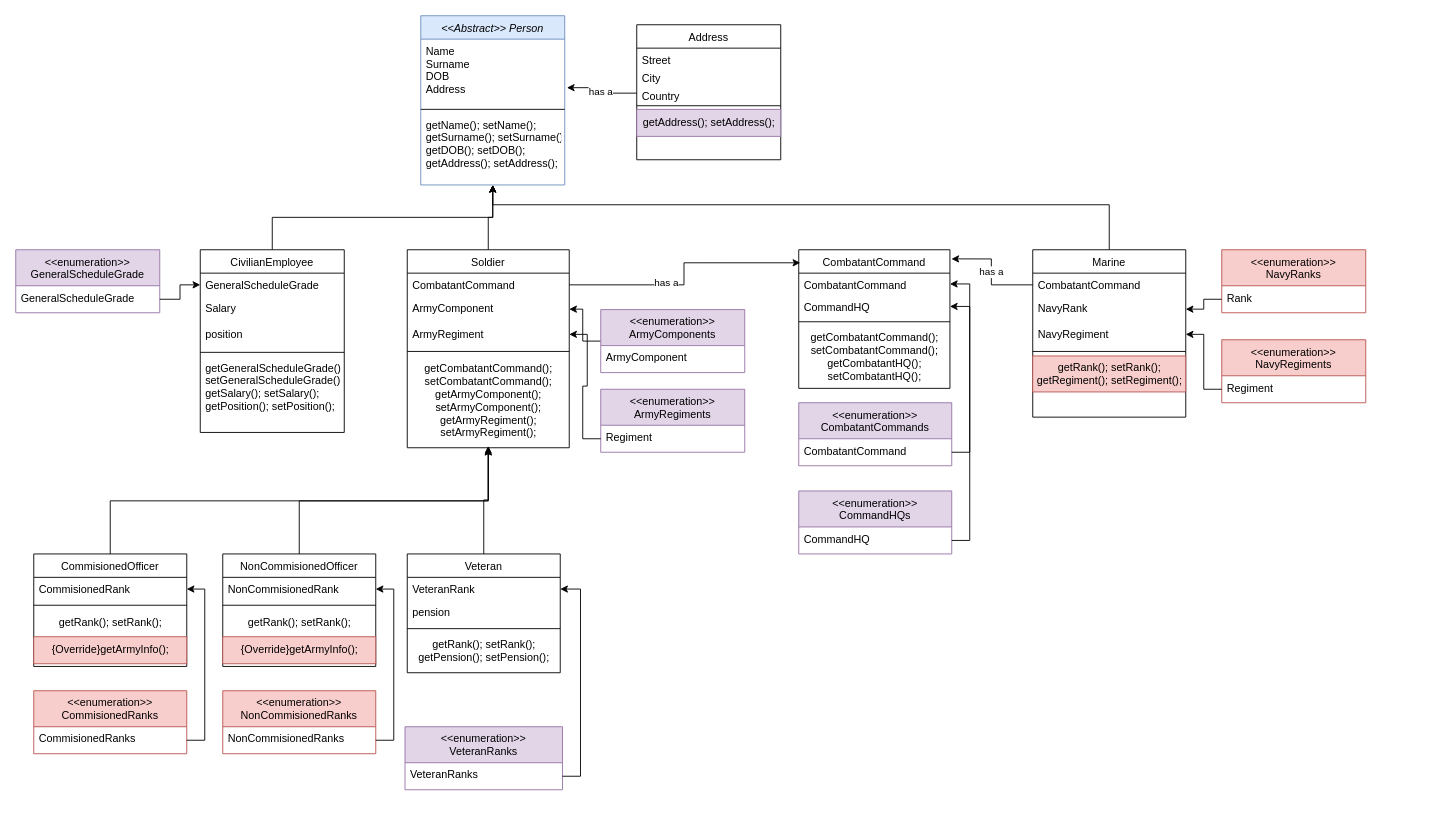
Before: army.drawio in kirylSam/laba_hw_classes_army, a draw.io diagram. Source tidied: cells renumbered, new cells numbered last; positions are measured from the earlier drawing's top-left corner, leaving out a move shared by most shapes. Both pictures are drawn from the tidied source at 90%, with x=0, y=0 at pixel (15, 15).
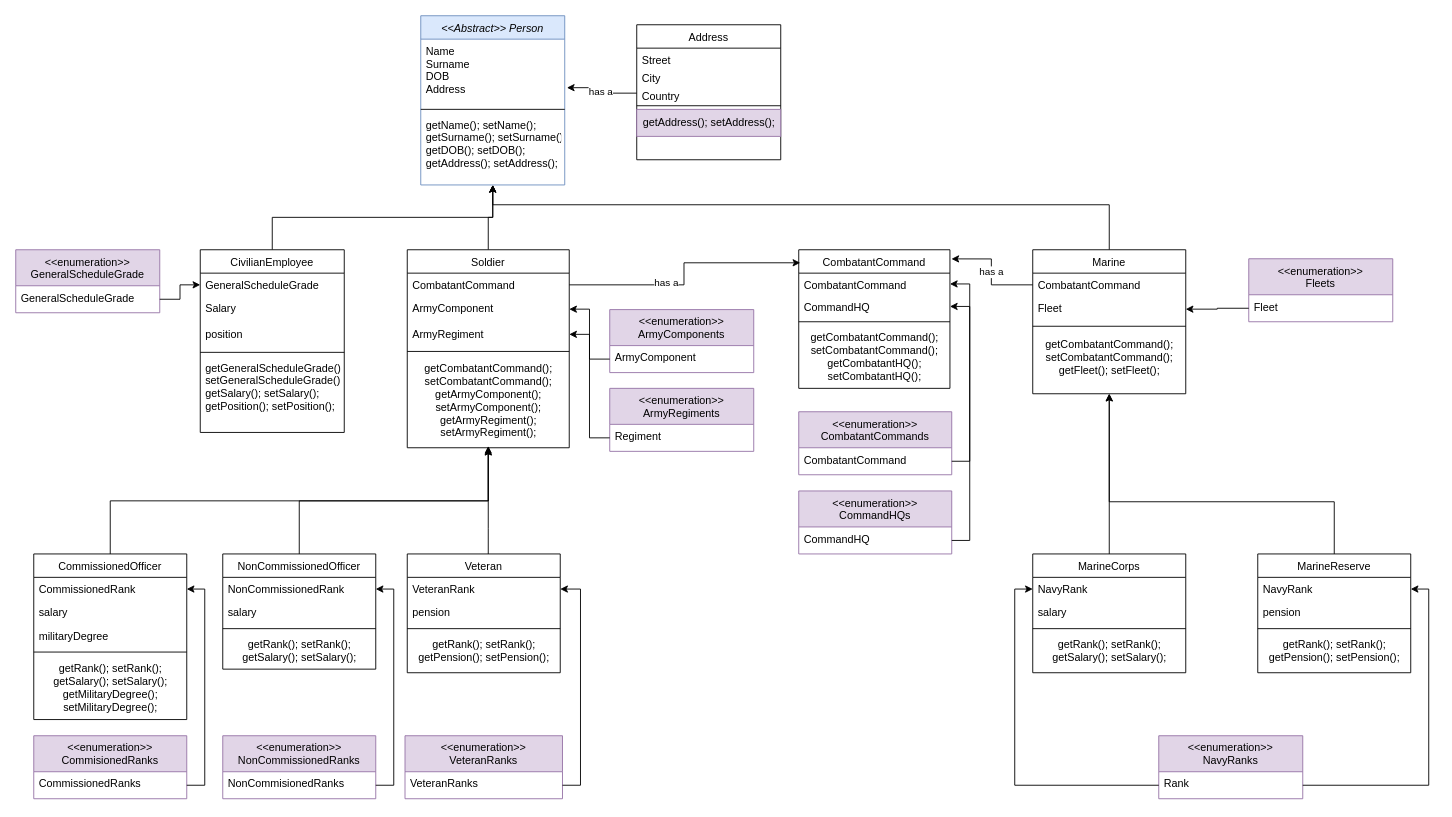
After the change.

The change refers to these unchanged cells:
```xml
<mxCell id="21" value="ArmyComponent" style="text;align=left;verticalAlign=top;spacingLeft=4;spacingRight=4;overflow=hidden;points=[[0,0.5],[1,0.5]];portConstraint=eastwest;" parent="20" vertex="1">
  <mxGeometry y="40" width="160" height="30" as="geometry" />
</mxCell>
<mxCell id="25" value="ArmyComponent" style="text;align=left;verticalAlign=top;spacingLeft=4;spacingRight=4;overflow=hidden;points=[[0,0.5],[1,0.5]];portConstraint=eastwest;rounded=0;shadow=0;html=0;" parent="23" vertex="1">
  <mxGeometry y="52" width="180" height="28" as="geometry" />
</mxCell>
<mxCell id="26" value="ArmyRegiment" style="text;align=left;verticalAlign=top;spacingLeft=4;spacingRight=4;overflow=hidden;points=[[0,0.5],[1,0.5]];portConstraint=eastwest;rounded=0;shadow=0;html=0;" parent="23" vertex="1">
  <mxGeometry y="80" width="180" height="28" as="geometry" />
</mxCell>
<mxCell id="28" value="getCombatantCommand(); &lt;br&gt;setCombatantCommand();&lt;br&gt;getArmyComponent();&lt;br&gt;setArmyComponent();&lt;br&gt;getArmyRegiment(); &lt;br&gt;setArmyRegiment();" style="text;html=1;align=center;verticalAlign=middle;points=[];" parent="23" vertex="1">
  <mxGeometry y="118" width="180" height="100" as="geometry" />
</mxCell>
<mxCell id="32" value="Regiment" style="text;align=left;verticalAlign=top;spacingLeft=4;spacingRight=4;overflow=hidden;points=[[0,0.5],[1,0.5]];portConstraint=eastwest;" parent="31" vertex="1">
  <mxGeometry y="40" width="160" height="30" as="geometry" />
</mxCell>
<mxCell id="36" value="Veteran" style="swimlane;fontStyle=0;align=center;verticalAlign=top;horizontal=1;startSize=26;rounded=0;shadow=0;strokeWidth=1;" parent="1" vertex="1">
  <mxGeometry x="435" y="598" width="170" height="132" as="geometry" />
</mxCell>
<mxCell id="63" value="Rank" style="text;align=left;verticalAlign=top;spacingLeft=4;spacingRight=4;overflow=hidden;points=[[0,0.5],[1,0.5]];portConstraint=eastwest;" parent="62" vertex="1">
  <mxGeometry y="40" width="160" height="30" as="geometry" />
</mxCell>
```

Diff of the diagram source:
```diff
@@
     <mxCell id="17" value="&lt;&lt;enumeration&gt;&gt;&#10;CombatantCommands" style="swimlane;fontStyle=0;align=center;verticalAlign=top;horizontal=1;startSize=40;rounded=0;shadow=0;strokeWidth=1;fillColor=#e1d5e7;strokeColor=#9673a6;" parent="1" vertex="1">
-      <mxGeometry x="870" y="430" width="170" height="70" as="geometry" />
+      <mxGeometry x="870" y="440" width="170" height="70" as="geometry" />
     </mxCell>
@@
-    <mxCell id="19" style="edgeStyle=orthogonalEdgeStyle;rounded=0;jettySize=auto;html=1;exitX=0;exitY=0.5;exitDx=0;exitDy=0;entryX=1;entryY=0.5;entryDx=0;entryDy=0;" parent="1" edge="1" source="20" target="25">
-      <mxGeometry relative="1" as="geometry" />
-    </mxCell>
     <mxCell id="20" value="&lt;&lt;enumeration&gt;&gt;&#10;ArmyComponents" style="swimlane;fontStyle=0;align=center;verticalAlign=top;horizontal=1;startSize=40;rounded=0;shadow=0;strokeWidth=1;fillColor=#e1d5e7;strokeColor=#9673a6;" parent="1" vertex="1">
-      <mxGeometry x="650" y="326.5" width="160" height="70" as="geometry" />
+      <mxGeometry x="660" y="326.5" width="160" height="70" as="geometry" />
     </mxCell>
@@
-    <mxCell id="29" value="&lt;&lt;enumeration&gt;&gt;&#10;NonCommisionedRanks" style="swimlane;fontStyle=0;align=center;verticalAlign=top;horizontal=1;startSize=40;rounded=0;shadow=0;strokeWidth=1;fillColor=#f8cecc;strokeColor=#b85450;" parent="1" vertex="1">
-      <mxGeometry x="230" y="750" width="170" height="70" as="geometry" />
+    <mxCell id="29" value="&lt;&lt;enumeration&gt;&gt;&#10;NonCommissionedRanks" style="swimlane;fontStyle=0;align=center;verticalAlign=top;horizontal=1;startSize=40;rounded=0;shadow=0;strokeWidth=1;fillColor=#e1d5e7;strokeColor=#9673a6;" parent="1" vertex="1">
+      <mxGeometry x="230" y="800" width="170" height="70" as="geometry" />
     </mxCell>
@@
     <mxCell id="31" value="&lt;&lt;enumeration&gt;&gt;&#10;ArmyRegiments" style="swimlane;fontStyle=0;align=center;verticalAlign=top;horizontal=1;startSize=40;rounded=0;shadow=0;strokeWidth=1;fillColor=#e1d5e7;strokeColor=#9673a6;" parent="1" vertex="1">
-      <mxGeometry x="650" y="415" width="160" height="70" as="geometry" />
+      <mxGeometry x="660" y="414" width="160" height="70" as="geometry" />
     </mxCell>
@@
     <mxCell id="35" style="edgeStyle=orthogonalEdgeStyle;rounded=0;jettySize=auto;html=1;" parent="1" edge="1" source="36" target="28">
-      <mxGeometry relative="1" as="geometry" />
+      <mxGeometry relative="1" as="geometry">
+        <Array as="points">
+          <mxPoint x="525" y="570" />
+          <mxPoint x="525" y="570" />
+        </Array>
+      </mxGeometry>
     </mxCell>
@@
-    <mxCell id="51" style="edgeStyle=orthogonalEdgeStyle;rounded=0;jettySize=auto;html=1;exitX=0;exitY=0.5;exitDx=0;exitDy=0;entryX=1;entryY=0.5;entryDx=0;entryDy=0;" parent="1" edge="1" source="32" target="26">
-      <mxGeometry relative="1" as="geometry" />
-    </mxCell>
@@
     <mxCell id="53" value="Marine" style="swimlane;fontStyle=0;align=center;verticalAlign=top;horizontal=1;startSize=26;rounded=0;shadow=0;strokeWidth=1;" parent="1" vertex="1">
-      <mxGeometry x="1130" y="260" width="170" height="186" as="geometry" />
+      <mxGeometry x="1130" y="260" width="170" height="160" as="geometry" />
     </mxCell>
@@
-    <mxCell id="55" value="NavyRank" style="text;align=left;verticalAlign=top;spacingLeft=4;spacingRight=4;overflow=hidden;points=[[0,0.5],[1,0.5]];portConstraint=eastwest;rounded=0;shadow=0;html=0;" parent="53" vertex="1">
-      <mxGeometry y="52" width="170" height="28" as="geometry" />
-    </mxCell>
-    <mxCell id="56" value="NavyRegiment&#10;" style="text;align=left;verticalAlign=top;spacingLeft=4;spacingRight=4;overflow=hidden;points=[[0,0.5],[1,0.5]];portConstraint=eastwest;rounded=0;shadow=0;html=0;" parent="53" vertex="1">
-      <mxGeometry y="80" width="170" height="28" as="geometry" />
+    <mxCell id="56" value="Fleet" style="text;align=left;verticalAlign=top;spacingLeft=4;spacingRight=4;overflow=hidden;points=[[0,0.5],[1,0.5]];portConstraint=eastwest;rounded=0;shadow=0;html=0;" parent="53" vertex="1">
+      <mxGeometry y="52" width="170" height="28" as="geometry" />
     </mxCell>
     <mxCell id="57" style="line;html=1;strokeWidth=1;align=left;verticalAlign=middle;spacingTop=-1;spacingLeft=3;spacingRight=3;labelPosition=right;" parent="53" vertex="1">
-      <mxGeometry y="108" width="170" height="10" as="geometry" />
+      <mxGeometry y="80" width="170" height="10" as="geometry" />
     </mxCell>
-    <mxCell id="58" value="getRank(); setRank();&lt;br&gt;getRegiment(); setRegiment();" style="text;html=1;align=center;verticalAlign=middle;strokeColor=#b85450;fillColor=#f8cecc;" parent="53" vertex="1">
-      <mxGeometry y="118" width="170" height="40" as="geometry" />
-    </mxCell>
+    <mxCell id="90" value="getCombatantCommand(); &lt;br&gt;setCombatantCommand();&lt;br&gt;getFleet(); setFleet();" style="text;html=1;align=center;verticalAlign=middle;" parent="53" vertex="1">
+      <mxGeometry y="90" width="170" height="60" as="geometry" />
+    </mxCell>
@@
-    <mxCell id="62" value="&lt;&lt;enumeration&gt;&gt;&#10;NavyRanks" style="swimlane;fontStyle=0;align=center;verticalAlign=top;horizontal=1;startSize=40;rounded=0;shadow=0;strokeWidth=1;fillColor=#f8cecc;strokeColor=#b85450;" parent="1" vertex="1">
-      <mxGeometry x="1340" y="260" width="160" height="70" as="geometry" />
+    <mxCell id="62" value="&lt;&lt;enumeration&gt;&gt;&#10;NavyRanks" style="swimlane;fontStyle=0;align=center;verticalAlign=top;horizontal=1;startSize=40;rounded=0;shadow=0;strokeWidth=1;fillColor=#e1d5e7;strokeColor=#9673a6;" parent="1" vertex="1">
+      <mxGeometry x="1270" y="800" width="160" height="70" as="geometry" />
     </mxCell>
@@
-    <mxCell id="64" value="&lt;&lt;enumeration&gt;&gt;&#10;NavyRegiments" style="swimlane;fontStyle=0;align=center;verticalAlign=top;horizontal=1;startSize=40;rounded=0;shadow=0;strokeWidth=1;fillColor=#f8cecc;strokeColor=#b85450;" parent="1" vertex="1">
-      <mxGeometry x="1340" y="360" width="160" height="70" as="geometry" />
+    <mxCell id="64" value="&lt;&lt;enumeration&gt;&gt;&#10;Fleets" style="swimlane;fontStyle=0;align=center;verticalAlign=top;horizontal=1;startSize=40;rounded=0;shadow=0;strokeWidth=1;fillColor=#e1d5e7;strokeColor=#9673a6;" parent="1" vertex="1">
+      <mxGeometry x="1370" y="270" width="160" height="70" as="geometry" />
     </mxCell>
-    <mxCell id="65" value="Regiment" style="text;align=left;verticalAlign=top;spacingLeft=4;spacingRight=4;overflow=hidden;points=[[0,0.5],[1,0.5]];portConstraint=eastwest;" parent="64" vertex="1">
+    <mxCell id="65" value="Fleet&#10;" style="text;align=left;verticalAlign=top;spacingLeft=4;spacingRight=4;overflow=hidden;points=[[0,0.5],[1,0.5]];portConstraint=eastwest;" parent="64" vertex="1">
       <mxGeometry y="40" width="160" height="30" as="geometry" />
     </mxCell>
-    <mxCell id="66" style="edgeStyle=orthogonalEdgeStyle;rounded=0;jettySize=auto;html=1;entryX=1;entryY=0.5;entryDx=0;entryDy=0;" parent="1" edge="1" source="63" target="55">
-      <mxGeometry relative="1" as="geometry" />
-    </mxCell>
@@
-    <mxCell id="72" value="NonCommisionedOfficer" style="swimlane;fontStyle=0;align=center;verticalAlign=top;horizontal=1;startSize=26;rounded=0;shadow=0;strokeWidth=1;" parent="1" vertex="1">
-      <mxGeometry x="230" y="598" width="170" height="125" as="geometry" />
+    <mxCell id="72" value="NonCommissionedOfficer" style="swimlane;fontStyle=0;align=center;verticalAlign=top;horizontal=1;startSize=26;rounded=0;shadow=0;strokeWidth=1;" parent="1" vertex="1">
+      <mxGeometry x="230" y="598" width="170" height="128" as="geometry" />
     </mxCell>
-    <mxCell id="73" value="NonCommisionedRank" style="text;align=left;verticalAlign=top;spacingLeft=4;spacingRight=4;overflow=hidden;points=[[0,0.5],[1,0.5]];portConstraint=eastwest;" parent="72" vertex="1">
+    <mxCell id="73" value="NonCommissionedRank" style="text;align=left;verticalAlign=top;spacingLeft=4;spacingRight=4;overflow=hidden;points=[[0,0.5],[1,0.5]];portConstraint=eastwest;" parent="72" vertex="1">
       <mxGeometry y="26" width="170" height="26" as="geometry" />
     </mxCell>
+    <mxCell id="91" value="salary" style="text;align=left;verticalAlign=top;spacingLeft=4;spacingRight=4;overflow=hidden;" parent="72" vertex="1">
+      <mxGeometry y="52" width="170" height="26" as="geometry" />
+    </mxCell>
     <mxCell id="74" style="line;html=1;strokeWidth=1;align=left;verticalAlign=middle;spacingTop=-1;spacingLeft=3;spacingRight=3;labelPosition=right;" parent="72" vertex="1">
-      <mxGeometry y="52" width="170" height="10" as="geometry" />
+      <mxGeometry y="78" width="170" height="10" as="geometry" />
     </mxCell>
-    <mxCell id="75" value="getRank(); setRank();" style="text;html=1;align=center;verticalAlign=middle;strokeColor=none;fillColor=none;" parent="72" vertex="1">
-      <mxGeometry y="62" width="170" height="30" as="geometry" />
-    </mxCell>
-    <mxCell id="76" value="{Override}getArmyInfo();" style="text;html=1;align=center;verticalAlign=middle;strokeColor=#b85450;fillColor=#f8cecc;" parent="72" vertex="1">
-      <mxGeometry y="92" width="170" height="30" as="geometry" />
-    </mxCell>
+    <mxCell id="92" value="getRank(); setRank();&lt;br&gt;getSalary(); setSalary();" style="text;html=1;align=center;verticalAlign=middle;strokeColor=none;fillColor=none;" parent="72" vertex="1">
+      <mxGeometry y="88" width="170" height="40" as="geometry" />
+    </mxCell>
     <mxCell id="77" value="&lt;&lt;enumeration&gt;&gt;&#10;VeteranRanks" style="swimlane;fontStyle=0;align=center;verticalAlign=top;horizontal=1;startSize=40;rounded=0;shadow=0;strokeWidth=1;fillColor=#e1d5e7;strokeColor=#9673a6;" parent="1" vertex="1">
-      <mxGeometry x="432.5" y="790" width="175" height="70" as="geometry" />
+      <mxGeometry x="432.5" y="800" width="175" height="70" as="geometry" />
     </mxCell>
@@
-    <mxCell id="80" value="CommisionedOfficer" style="swimlane;fontStyle=0;align=center;verticalAlign=top;horizontal=1;startSize=26;rounded=0;shadow=0;strokeWidth=1;" parent="1" vertex="1">
-      <mxGeometry x="20" y="598" width="170" height="125" as="geometry" />
+    <mxCell id="80" value="CommissionedOfficer" style="swimlane;fontStyle=0;align=center;verticalAlign=top;horizontal=1;startSize=26;rounded=0;shadow=0;strokeWidth=1;" parent="1" vertex="1">
+      <mxGeometry x="20" y="598" width="170" height="184" as="geometry" />
     </mxCell>
-    <mxCell id="81" value="CommisionedRank" style="text;align=left;verticalAlign=top;spacingLeft=4;spacingRight=4;overflow=hidden;points=[[0,0.5],[1,0.5]];portConstraint=eastwest;" parent="80" vertex="1">
+    <mxCell id="81" value="CommissionedRank" style="text;align=left;verticalAlign=top;spacingLeft=4;spacingRight=4;overflow=hidden;points=[[0,0.5],[1,0.5]];portConstraint=eastwest;" parent="80" vertex="1">
       <mxGeometry y="26" width="170" height="26" as="geometry" />
     </mxCell>
+    <mxCell id="93" value="salary" style="text;align=left;verticalAlign=top;spacingLeft=4;spacingRight=4;overflow=hidden;" parent="80" vertex="1">
+      <mxGeometry y="52" width="170" height="26" as="geometry" />
+    </mxCell>
+    <mxCell id="94" value="militaryDegree" style="text;align=left;verticalAlign=top;spacingLeft=4;spacingRight=4;overflow=hidden;" parent="80" vertex="1">
+      <mxGeometry y="78" width="170" height="26" as="geometry" />
+    </mxCell>
     <mxCell id="82" style="line;html=1;strokeWidth=1;align=left;verticalAlign=middle;spacingTop=-1;spacingLeft=3;spacingRight=3;labelPosition=right;" parent="80" vertex="1">
-      <mxGeometry y="52" width="170" height="10" as="geometry" />
+      <mxGeometry y="104" width="170" height="10" as="geometry" />
     </mxCell>
-    <mxCell id="83" value="getRank(); setRank();" style="text;html=1;align=center;verticalAlign=middle;strokeColor=none;fillColor=none;" parent="80" vertex="1">
-      <mxGeometry y="62" width="170" height="30" as="geometry" />
-    </mxCell>
-    <mxCell id="84" value="{Override}getArmyInfo();" style="text;html=1;align=center;verticalAlign=middle;strokeColor=#b85450;fillColor=#f8cecc;" parent="80" vertex="1">
-      <mxGeometry y="92" width="170" height="30" as="geometry" />
-    </mxCell>
+    <mxCell id="95" value="getRank(); setRank();&lt;br&gt;getSalary(); setSalary();&lt;br&gt;getMilitaryDegree();&lt;br&gt;setMilitaryDegree();" style="text;html=1;align=center;verticalAlign=middle;strokeColor=none;fillColor=none;" parent="80" vertex="1">
+      <mxGeometry y="114" width="170" height="70" as="geometry" />
+    </mxCell>
-    <mxCell id="85" value="&lt;&lt;enumeration&gt;&gt;&#10;CommisionedRanks" style="swimlane;fontStyle=0;align=center;verticalAlign=top;horizontal=1;startSize=40;rounded=0;shadow=0;strokeWidth=1;fillColor=#f8cecc;strokeColor=#b85450;" parent="1" vertex="1">
-      <mxGeometry x="20" y="750" width="170" height="70" as="geometry" />
+    <mxCell id="85" value="&lt;&lt;enumeration&gt;&gt;&#10;CommisionedRanks" style="swimlane;fontStyle=0;align=center;verticalAlign=top;horizontal=1;startSize=40;rounded=0;shadow=0;strokeWidth=1;fillColor=#e1d5e7;strokeColor=#9673a6;" parent="1" vertex="1">
+      <mxGeometry x="20" y="800" width="170" height="70" as="geometry" />
     </mxCell>
-    <mxCell id="86" value="CommisionedRanks" style="text;align=left;verticalAlign=top;spacingLeft=4;spacingRight=4;overflow=hidden;points=[[0,0.5],[1,0.5]];portConstraint=eastwest;" parent="85" vertex="1">
+    <mxCell id="86" value="CommissionedRanks" style="text;align=left;verticalAlign=top;spacingLeft=4;spacingRight=4;overflow=hidden;points=[[0,0.5],[1,0.5]];portConstraint=eastwest;" parent="85" vertex="1">
       <mxGeometry y="40" width="170" height="30" as="geometry" />
     </mxCell>
@@
+    <mxCell id="96" style="edgeStyle=orthogonalEdgeStyle;rounded=0;jettySize=auto;html=1;entryX=0.5;entryY=1;entryDx=0;entryDy=0;" parent="1" edge="1" source="97" target="53">
+      <mxGeometry relative="1" as="geometry">
+        <Array as="points">
+          <mxPoint x="1465" y="540" />
+          <mxPoint x="1215" y="540" />
+        </Array>
+      </mxGeometry>
+    </mxCell>
+    <mxCell id="97" value="MarineReserve" style="swimlane;fontStyle=0;align=center;verticalAlign=top;horizontal=1;startSize=26;rounded=0;shadow=0;strokeWidth=1;" parent="1" vertex="1">
+      <mxGeometry x="1380" y="598" width="170" height="132" as="geometry" />
+    </mxCell>
+    <mxCell id="98" value="NavyRank" style="text;align=left;verticalAlign=top;spacingLeft=4;spacingRight=4;overflow=hidden;points=[[0,0.5],[1,0.5]];portConstraint=eastwest;" parent="97" vertex="1">
+      <mxGeometry y="26" width="170" height="26" as="geometry" />
+    </mxCell>
+    <mxCell id="99" value="pension" style="text;align=left;verticalAlign=top;spacingLeft=4;spacingRight=4;overflow=hidden;" parent="97" vertex="1">
+      <mxGeometry y="52" width="170" height="26" as="geometry" />
+    </mxCell>
+    <mxCell id="100" style="line;html=1;strokeWidth=1;align=left;verticalAlign=middle;spacingTop=-1;spacingLeft=3;spacingRight=3;labelPosition=right;" parent="97" vertex="1">
+      <mxGeometry y="78" width="170" height="10" as="geometry" />
+    </mxCell>
+    <mxCell id="101" value="getRank(); setRank();&lt;br&gt;getPension(); setPension();" style="text;html=1;align=center;verticalAlign=middle;strokeColor=none;fillColor=none;" parent="97" vertex="1">
+      <mxGeometry y="88" width="170" height="40" as="geometry" />
+    </mxCell>
+    <mxCell id="102" style="edgeStyle=orthogonalEdgeStyle;rounded=0;jettySize=auto;html=1;entryX=0.5;entryY=1;entryDx=0;entryDy=0;" parent="1" edge="1" source="103" target="53">
+      <mxGeometry relative="1" as="geometry" />
+    </mxCell>
+    <mxCell id="103" value="MarineCorps" style="swimlane;fontStyle=0;align=center;verticalAlign=top;horizontal=1;startSize=26;rounded=0;shadow=0;strokeWidth=1;" parent="1" vertex="1">
+      <mxGeometry x="1130" y="598" width="170" height="132" as="geometry" />
+    </mxCell>
+    <mxCell id="104" value="NavyRank" style="text;align=left;verticalAlign=top;spacingLeft=4;spacingRight=4;overflow=hidden;points=[[0,0.5],[1,0.5]];portConstraint=eastwest;" parent="103" vertex="1">
+      <mxGeometry y="26" width="170" height="26" as="geometry" />
+    </mxCell>
+    <mxCell id="105" value="salary" style="text;align=left;verticalAlign=top;spacingLeft=4;spacingRight=4;overflow=hidden;" parent="103" vertex="1">
+      <mxGeometry y="52" width="170" height="26" as="geometry" />
+    </mxCell>
+    <mxCell id="106" style="line;html=1;strokeWidth=1;align=left;verticalAlign=middle;spacingTop=-1;spacingLeft=3;spacingRight=3;labelPosition=right;" parent="103" vertex="1">
+      <mxGeometry y="78" width="170" height="10" as="geometry" />
+    </mxCell>
+    <mxCell id="107" value="getRank(); setRank();&lt;br&gt;getSalary(); setSalary();" style="text;html=1;align=center;verticalAlign=middle;strokeColor=none;fillColor=none;" parent="103" vertex="1">
+      <mxGeometry y="88" width="170" height="40" as="geometry" />
+    </mxCell>
+    <mxCell id="108" style="edgeStyle=orthogonalEdgeStyle;rounded=0;jettySize=auto;html=1;entryX=0;entryY=0.5;entryDx=0;entryDy=0;" parent="1" edge="1" source="63" target="104">
+      <mxGeometry relative="1" as="geometry" />
+    </mxCell>
+    <mxCell id="109" style="edgeStyle=orthogonalEdgeStyle;rounded=0;jettySize=auto;html=1;exitX=1;exitY=0.5;exitDx=0;exitDy=0;entryX=1;entryY=0.5;entryDx=0;entryDy=0;" parent="1" edge="1" source="63" target="98">
+      <mxGeometry relative="1" as="geometry" />
+    </mxCell>
+    <mxCell id="110" style="edgeStyle=orthogonalEdgeStyle;rounded=0;jettySize=auto;html=1;exitX=0;exitY=0.5;exitDx=0;exitDy=0;" parent="1" edge="1" source="21" target="25">
+      <mxGeometry relative="1" as="geometry" />
+    </mxCell>
+    <mxCell id="51" style="edgeStyle=orthogonalEdgeStyle;rounded=0;jettySize=auto;html=1;exitX=0;exitY=0.5;exitDx=0;exitDy=0;entryX=1;entryY=0.5;entryDx=0;entryDy=0;" parent="1" edge="1" source="32" target="26">
+      <mxGeometry relative="1" as="geometry" />
+    </mxCell>
```
